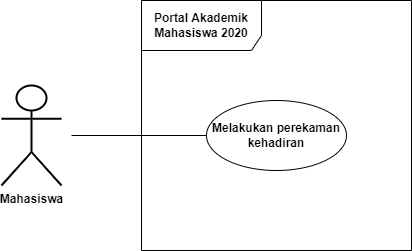
Above: doc/DokumenSkripsi/Gambar/usecase2020.png in reinalta/Skripsi (draw.io), before the change. Source tidied: cells renumbered, new cells last; positions are measured from the earlier drawing's top-left corner, leaving out a move shared by most shapes.
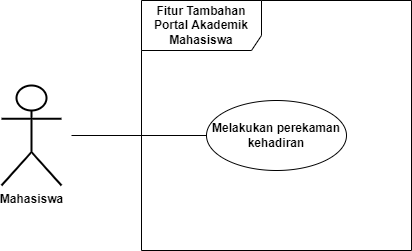
Above is the later version.

Change to the diagram source:
```diff
@@ -5,7 +5,7 @@
     <mxCell id="2" value="&lt;span&gt;Mahasiswa&lt;/span&gt;" style="shape=umlActor;verticalLabelPosition=bottom;verticalAlign=top;html=1;fontStyle=1;strokeWidth=2;" parent="1" vertex="1">
       <mxGeometry y="85" width="60" height="100" as="geometry" />
     </mxCell>
-    <mxCell id="3" value="&lt;b&gt;Portal Akademik Mahasiswa 2020&lt;/b&gt;" style="shape=umlFrame;whiteSpace=wrap;html=1;width=120;height=50;" parent="1" vertex="1">
+    <mxCell id="3" value="&lt;b&gt;Fitur Tambahan Portal Akademik Mahasiswa&lt;/b&gt;" style="shape=umlFrame;whiteSpace=wrap;html=1;width=120;height=50;" parent="1" vertex="1">
       <mxGeometry x="140" width="270" height="250" as="geometry" />
     </mxCell>
     <mxCell id="4" value="&lt;b&gt;Melakukan perekaman kehadiran&lt;/b&gt;" style="ellipse;whiteSpace=wrap;html=1;" parent="1" vertex="1">
```
